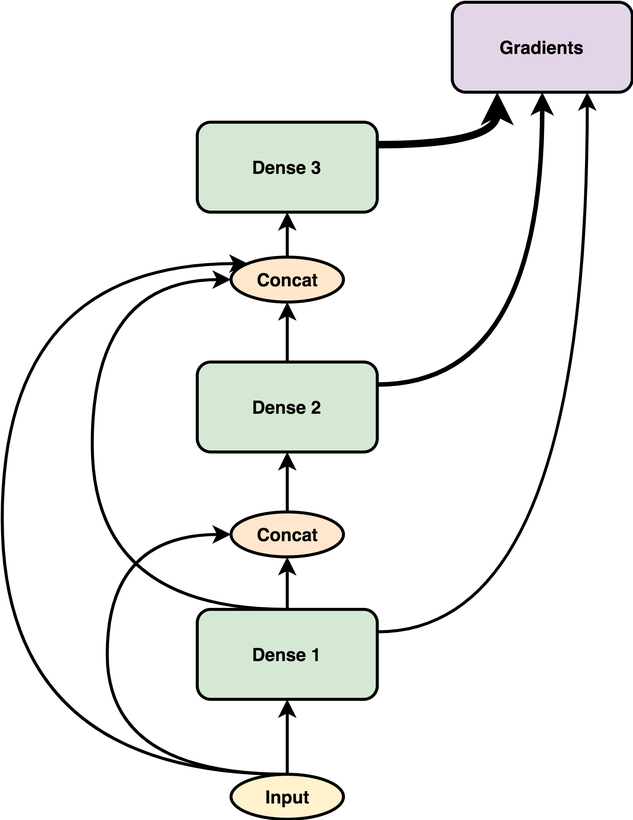
kingspp/differentiable_learning keeps this draw.io diagram as paper/GSC.png. Above is the earlier version. Source tidied: cells renumbered, new cells last; positions are measured from the earlier drawing's top-left corner, leaving out a move shared by most shapes.
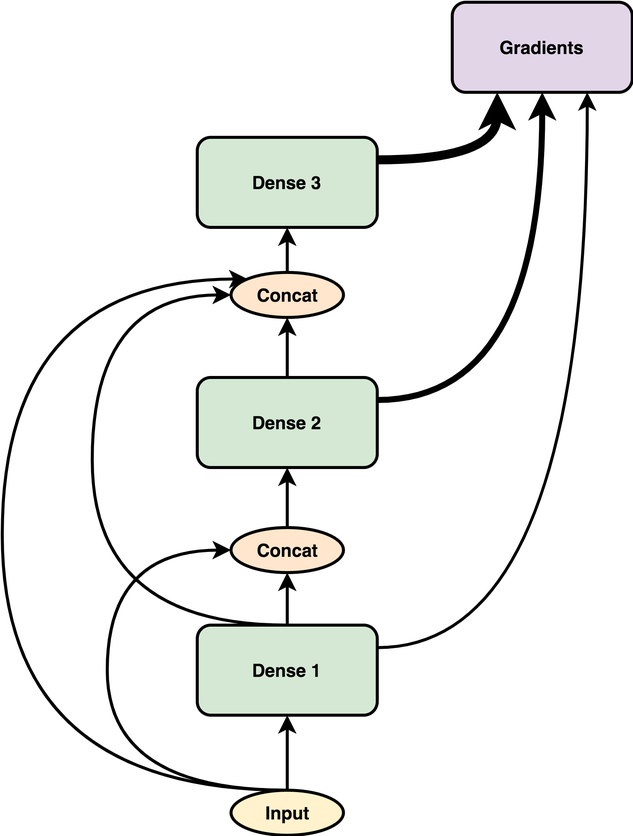
After the change.

The edit, as a diff of the source:
```diff
@@ -41,7 +41,7 @@
     <mxCell id="9" value="Dense 1" style="rounded=1;whiteSpace=wrap;html=1;fillColor=#d5e8d4;strokeColor=#000000;fontStyle=1;strokeWidth=2;" parent="1" vertex="1">
       <mxGeometry x="130" y="405" width="120" height="60" as="geometry" />
     </mxCell>
-    <mxCell id="10" style="edgeStyle=orthogonalEdgeStyle;curved=1;rounded=0;jettySize=auto;html=1;exitX=1;exitY=0.25;exitDx=0;exitDy=0;entryX=0.5;entryY=1;entryDx=0;entryDy=0;strokeColor=#000000;strokeWidth=3;" parent="1" edge="1" source="12" target="15">
+    <mxCell id="10" style="edgeStyle=orthogonalEdgeStyle;curved=1;rounded=0;jettySize=auto;html=1;exitX=1;exitY=0.25;exitDx=0;exitDy=0;entryX=0.5;entryY=1;entryDx=0;entryDy=0;strokeColor=#000000;strokeWidth=4;" parent="1" edge="1" source="12" target="15">
       <mxGeometry relative="1" as="geometry" />
     </mxCell>
     <mxCell id="11" style="edgeStyle=orthogonalEdgeStyle;curved=1;rounded=0;jettySize=auto;html=1;exitX=0.5;exitY=0;exitDx=0;exitDy=0;entryX=0.5;entryY=1;entryDx=0;entryDy=0;strokeColor=#000000;strokeWidth=2;" parent="1" edge="1" source="12" target="19">
@@ -50,14 +50,18 @@
     <mxCell id="12" value="Dense 2" style="rounded=1;whiteSpace=wrap;html=1;fillColor=#d5e8d4;strokeColor=#000000;fontStyle=1;strokeWidth=2;" parent="1" vertex="1">
       <mxGeometry x="130" y="240" width="120" height="60" as="geometry" />
     </mxCell>
-    <mxCell id="13" style="edgeStyle=orthogonalEdgeStyle;curved=1;rounded=0;jettySize=auto;html=1;exitX=1;exitY=0.25;exitDx=0;exitDy=0;entryX=0.25;entryY=1;entryDx=0;entryDy=0;strokeColor=#000000;strokeWidth=5;" parent="1" edge="1" source="14" target="15">
-      <mxGeometry relative="1" as="geometry" />
+    <mxCell id="13" style="edgeStyle=orthogonalEdgeStyle;curved=1;rounded=0;jettySize=auto;html=1;exitX=1;exitY=0.25;exitDx=0;exitDy=0;entryX=0.25;entryY=1;entryDx=0;entryDy=0;strokeColor=#000000;strokeWidth=6;" parent="1" edge="1" source="14" target="15">
+      <mxGeometry relative="1" as="geometry">
+        <Array as="points">
+          <mxPoint x="330" y="95" />
+        </Array>
+      </mxGeometry>
     </mxCell>
     <mxCell id="14" value="Dense 3" style="rounded=1;whiteSpace=wrap;html=1;fillColor=#d5e8d4;strokeColor=#000000;fontStyle=1;strokeWidth=2;" parent="1" vertex="1">
       <mxGeometry x="130" y="80" width="120" height="60" as="geometry" />
     </mxCell>
     <mxCell id="15" value="Gradients" style="rounded=1;whiteSpace=wrap;html=1;strokeColor=#000000;strokeWidth=2;fontStyle=1;fillColor=#e1d5e7;" parent="1" vertex="1">
-      <mxGeometry x="300" width="120" height="60" as="geometry" />
+      <mxGeometry x="300" y="-10" width="120" height="60" as="geometry" />
     </mxCell>
     <mxCell id="16" style="edgeStyle=none;rounded=0;jettySize=auto;html=1;exitX=0.5;exitY=0;exitDx=0;exitDy=0;strokeColor=#000000;strokeWidth=2;" parent="1" edge="1" source="17" target="12">
       <mxGeometry relative="1" as="geometry" />
```
